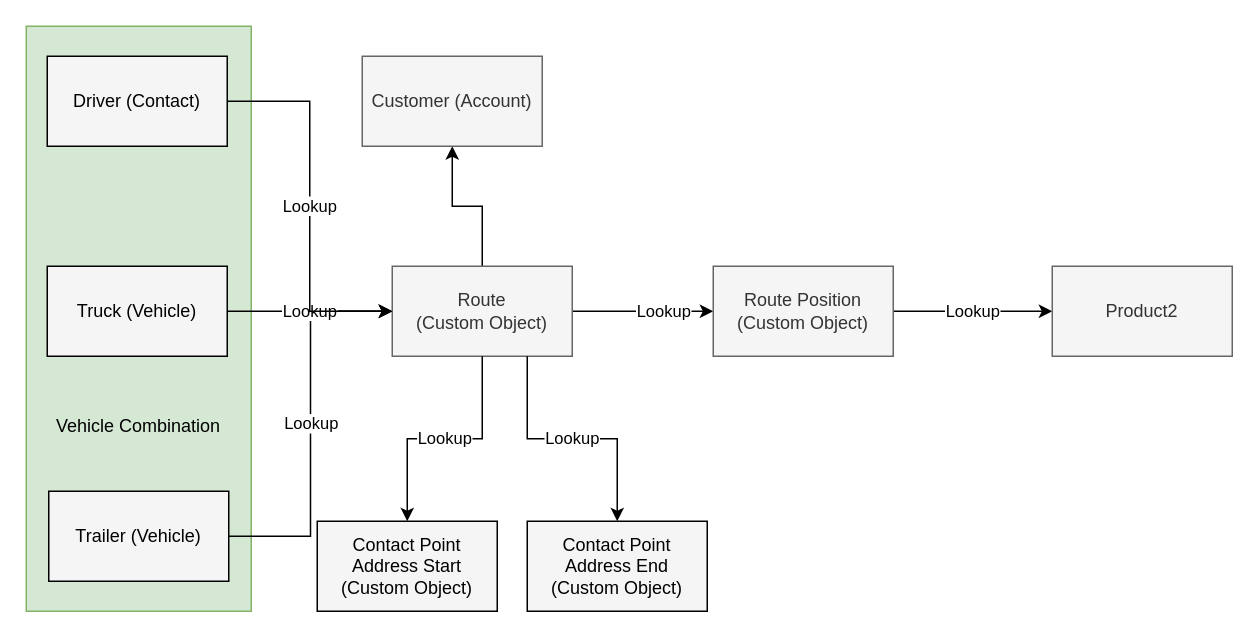
This is RhenusDatamodel_OneAddress_Client.drawio from GerkeBF/GerkeBF.github.io, a draw.io file, before an edit. Source tidied: cells renumbered, new cells numbered last; positions are measured from the earlier drawing's top-left corner, leaving out a move shared by most shapes. Both pictures are drawn from the tidied source at 150%, with x=0, y=0 at pixel (26, 26).
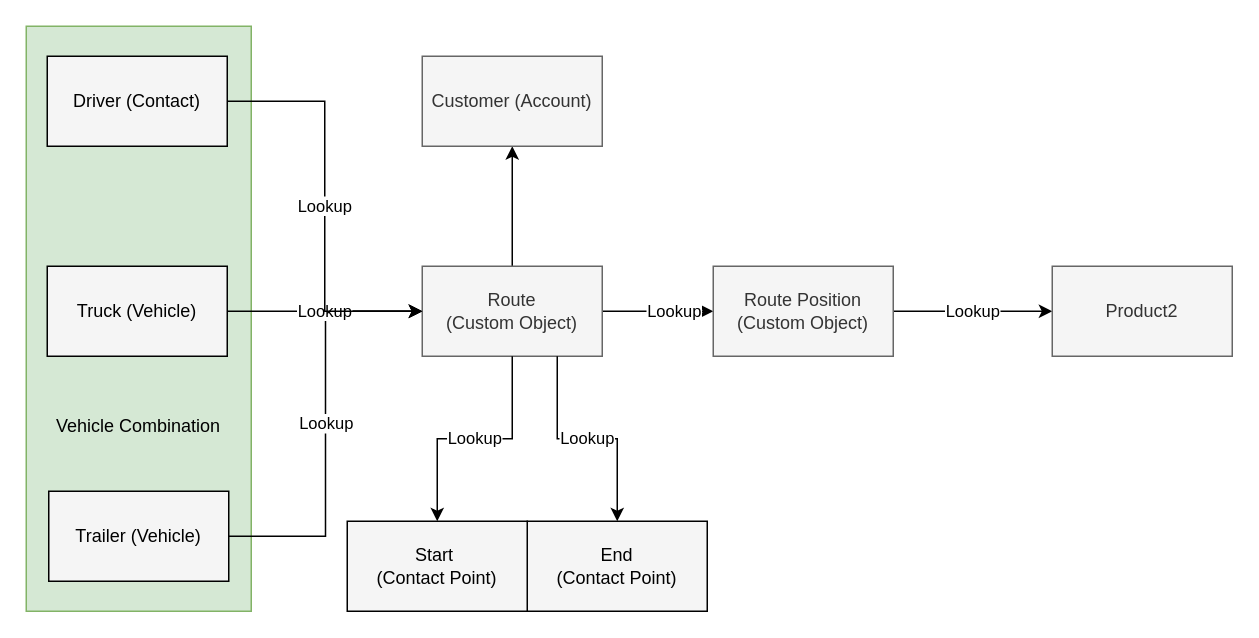
The same page after the edit.

Diff of the diagram source:
```diff
@@
     <mxCell id="6" value="Route &lt;br&gt;(Custom Object)" style="rounded=0;whiteSpace=wrap;html=1;fillColor=#f5f5f5;fontColor=#333333;strokeColor=#666666;" parent="1" vertex="1">
-      <mxGeometry x="244" y="160" width="120" height="60" as="geometry" />
+      <mxGeometry x="264" y="160" width="120" height="60" as="geometry" />
     </mxCell>
     <mxCell id="7" value="Customer (Account)" style="rounded=0;whiteSpace=wrap;html=1;fillColor=#f5f5f5;fontColor=#333333;strokeColor=#666666;" parent="1" vertex="1">
-      <mxGeometry x="224" y="20" width="120" height="60" as="geometry" />
+      <mxGeometry x="264" y="20" width="120" height="60" as="geometry" />
     </mxCell>
@@
-    <mxCell id="13" value="Contact Point Address End&lt;br&gt;(Custom Object)" style="rounded=0;whiteSpace=wrap;html=1;fillColor=#F5F5F5;" parent="1" vertex="1">
+    <mxCell id="13" value="End&lt;br&gt;(Contact Point)" style="rounded=0;whiteSpace=wrap;html=1;fillColor=#F5F5F5;" parent="1" vertex="1">
       <mxGeometry x="334" y="330" width="120" height="60" as="geometry" />
     </mxCell>
-    <mxCell id="14" value="Contact Point Address Start&lt;br&gt;(Custom Object)" style="rounded=0;whiteSpace=wrap;html=1;fillColor=#F5F5F5;" parent="1" vertex="1">
-      <mxGeometry x="194" y="330" width="120" height="60" as="geometry" />
+    <mxCell id="14" value="Start&amp;nbsp;&lt;br&gt;(Contact Point)" style="rounded=0;whiteSpace=wrap;html=1;fillColor=#F5F5F5;" parent="1" vertex="1">
+      <mxGeometry x="214" y="330" width="120" height="60" as="geometry" />
     </mxCell>
```
